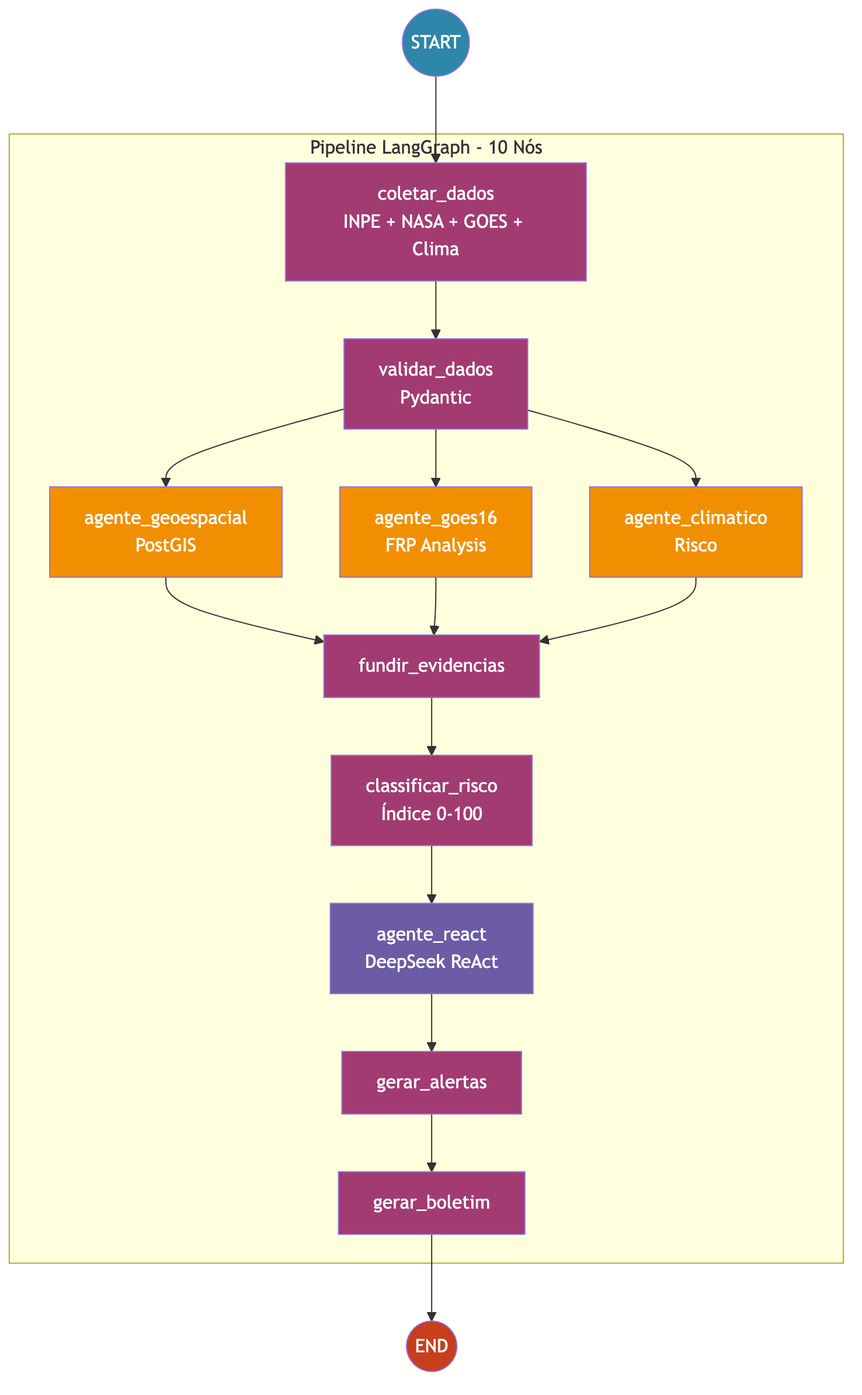
The Mermaid diagram figures/langgraph.png in naubergois/ceara-queimadas, before a commit. Its source is kept beside it as figures/langgraph.mmd.
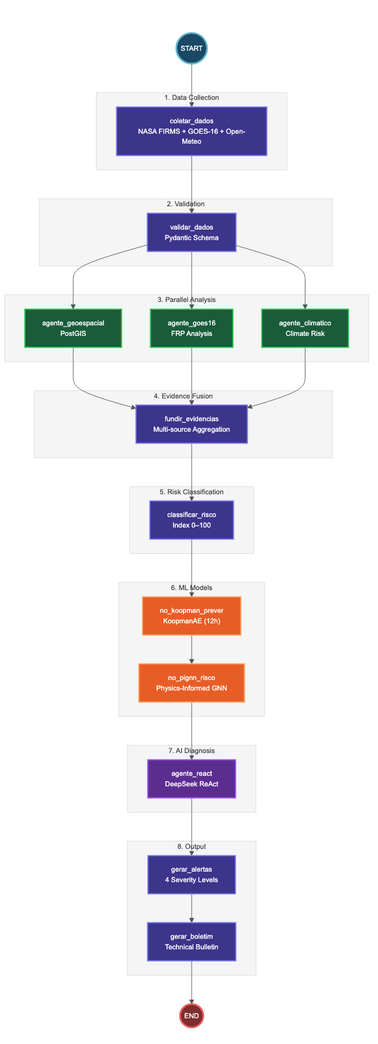
The same file after the commit.

Commit message:
feat: regenerate architecture and langgraph diagrams with Mermaid

What changed in the source:
```diff
@@ -1,18 +1,44 @@
-graph TD
+---
+title: Ceará Digital Twin — LangGraph Agent Pipeline
+---
+graph TB
     START((START))
     ENDD((END))
 
-    subgraph "Pipeline LangGraph - 10 Nós"
-        N1[coletar_dados<br/>INPE + NASA + GOES + Clima]
-        N2[validar_dados<br/>Pydantic]
-        N3[agente_geoespacial<br/>PostGIS]
-        N4[agente_goes16<br/>FRP Analysis]
-        N5[agente_climatico<br/>Risco]
-        N6[fundir_evidencias]
-        N7[classificar_risco<br/>Índice 0-100]
-        N8[agente_react<br/>DeepSeek ReAct]
-        N9[gerar_alertas]
-        N10[gerar_boletim]
+    subgraph Collection["1. Data Collection"]
+        N1["coletar_dados<br/>NASA FIRMS + GOES-16 + Open-Meteo"]
+    end
+
+    subgraph Validation["2. Validation"]
+        N2["validar_dados<br/>Pydantic Schema"]
+    end
+
+    subgraph Analysis["3. Parallel Analysis"]
+        N3["agente_geoespacial<br/>PostGIS"]
+        N4["agente_goes16<br/>FRP Analysis"]
+        N5["agente_climatico<br/>Climate Risk"]
+    end
+
+    subgraph Fusion["4. Evidence Fusion"]
+        N6["fundir_evidencias<br/>Multi-source Aggregation"]
+    end
+
+    subgraph Risk["5. Risk Classification"]
+        N7["classificar_risco<br/>Index 0–100"]
+    end
+
+    subgraph ML["6. ML Models"]
+        N8["no_koopman_prever<br/>KoopmanAE (12h)"]
+        N9["no_pignn_risco<br/>Physics-Informed GNN"]
+    end
+
+    subgraph Diagnosis["7. AI Diagnosis"]
+        N10["agente_react<br/>DeepSeek ReAct"]
+    end
+
+    subgraph Output["8. Output"]
+        N11["gerar_alertas<br/>4 Severity Levels"]
+        N12["gerar_boletim<br/>Technical Bulletin"]
     end
 
     START --> N1
@@ -27,17 +53,21 @@
     N7 --> N8
     N8 --> N9
     N9 --> N10
-    N10 --> ENDD
+    N10 --> N11
+    N11 --> N12
+    N12 --> ENDD
 
-    style START fill:#2E86AB,color:#fff
-    style ENDD fill:#C73E1D,color:#fff
-    style N1 fill:#A23B72,color:#fff
-    style N2 fill:#A23B72,color:#fff
-    style N3 fill:#F18F01,color:#fff
-    style N4 fill:#F18F01,color:#fff
-    style N5 fill:#F18F01,color:#fff
-    style N6 fill:#A23B72,color:#fff
-    style N7 fill:#A23B72,color:#fff
-    style N8 fill:#6B5CA5,color:#fff
-    style N9 fill:#A23B72,color:#fff
-    style N10 fill:#A23B72,color:#fff
+    style START fill:#1B4965,color:#fff,stroke:#62B6CB,stroke-width:3px
+    style ENDD fill:#7F2D2D,color:#fff,stroke:#E85D5D,stroke-width:3px
+    style N1 fill:#3D348B,color:#fff,stroke:#7678ED,stroke-width:2px
+    style N2 fill:#3D348B,color:#fff,stroke:#7678ED,stroke-width:2px
+    style N3 fill:#1A5B3A,color:#fff,stroke:#2DC653,stroke-width:2px
+    style N4 fill:#1A5B3A,color:#fff,stroke:#2DC653,stroke-width:2px
+    style N5 fill:#1A5B3A,color:#fff,stroke:#2DC653,stroke-width:2px
+    style N6 fill:#3D348B,color:#fff,stroke:#7678ED,stroke-width:2px
+    style N7 fill:#3D348B,color:#fff,stroke:#7678ED,stroke-width:2px
+    style N8 fill:#E85D26,color:#fff,stroke:#F7A35C,stroke-width:2px
+    style N9 fill:#E85D26,color:#fff,stroke:#F7A35C,stroke-width:2px
+    style N10 fill:#5C2D91,color:#fff,stroke:#A855F7,stroke-width:2px
+    style N11 fill:#3D348B,color:#fff,stroke:#7678ED,stroke-width:2px
+    style N12 fill:#3D348B,color:#fff,stroke:#7678ED,stroke-width:2px
```
